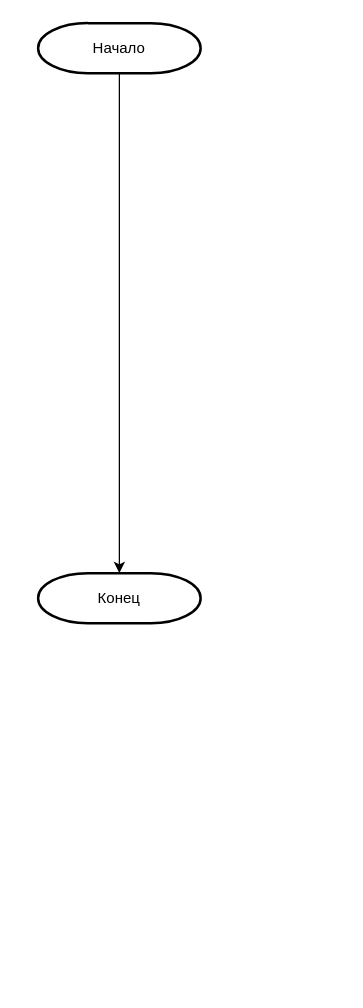
This is Algorithm_OPZ/(3. ЧР) Алгоритм Генерация регламентов.drawio from SmirnovBogdan8/Diplom, a draw.io file, before an edit. Source tidied: cells renumbered, new cells numbered last; positions are measured from the earlier drawing's top-left corner, leaving out a move shared by most shapes. Both pictures are drawn from the tidied source at 125%, with x=0, y=0 at pixel (38, 22).
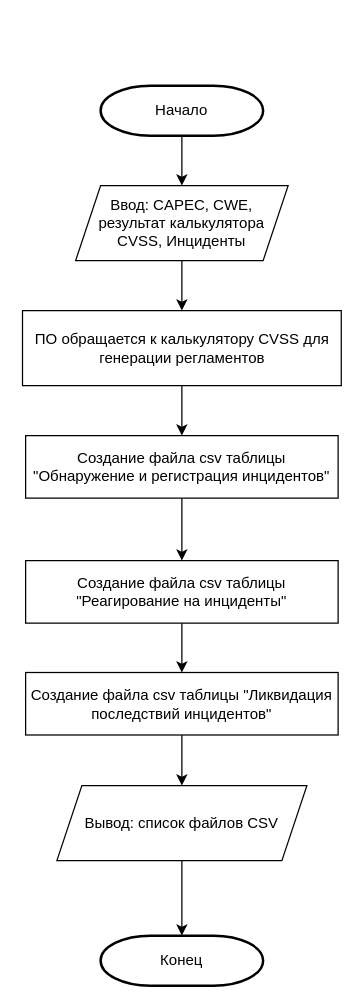
After the change.

Diff of the diagram source:
```diff
@@
 <mxGraphModel>
   <root>
     <mxCell id="0" />
     <mxCell id="1" parent="0" />
-    <mxCell id="2" style="edgeStyle=orthogonalEdgeStyle;rounded=0;jettySize=auto;html=1;exitX=0.5;exitY=1;exitDx=0;exitDy=0;exitPerimeter=0;" parent="1" edge="1" source="3" target="4">
-      <mxGeometry relative="1" as="geometry" />
-    </mxCell>
+    <mxCell id="5" style="edgeStyle=orthogonalEdgeStyle;rounded=0;jettySize=auto;html=1;" parent="1" edge="1" source="3" target="7">
+      <mxGeometry relative="1" as="geometry" />
+    </mxCell>
     <mxCell id="3" value="Начало" style="strokeWidth=2;html=1;shape=mxgraph.flowchart.terminator;whiteSpace=wrap;" parent="1" vertex="1">
-      <mxGeometry width="130" height="40" as="geometry" />
+      <mxGeometry x="50" y="50" width="130" height="40" as="geometry" />
     </mxCell>
     <mxCell id="4" value="Конец" style="strokeWidth=2;html=1;shape=mxgraph.flowchart.terminator;whiteSpace=wrap;" parent="1" vertex="1">
-      <mxGeometry y="440" width="130" height="40" as="geometry" />
+      <mxGeometry x="50" y="730" width="130" height="40" as="geometry" />
     </mxCell>
+    <mxCell id="6" style="edgeStyle=orthogonalEdgeStyle;rounded=0;jettySize=auto;html=1;" parent="1" edge="1" source="7" target="9">
+      <mxGeometry relative="1" as="geometry" />
+    </mxCell>
+    <mxCell id="7" value="Ввод: CAPEC, CWE, результат калькулятора CVSS, Инциденты" style="shape=parallelogram;perimeter=parallelogramPerimeter;whiteSpace=wrap;html=1;fixedSize=1;" parent="1" vertex="1">
+      <mxGeometry x="30" y="130" width="170" height="60" as="geometry" />
+    </mxCell>
+    <mxCell id="8" style="edgeStyle=orthogonalEdgeStyle;rounded=0;jettySize=auto;html=1;" parent="1" edge="1" source="9" target="11">
+      <mxGeometry relative="1" as="geometry" />
+    </mxCell>
+    <mxCell id="9" value="ПО обращается к калькулятору CVSS для генерации регламентов" style="rounded=0;whiteSpace=wrap;html=1;" parent="1" vertex="1">
+      <mxGeometry x="-12.5" y="230" width="255" height="60" as="geometry" />
+    </mxCell>
+    <mxCell id="10" style="edgeStyle=orthogonalEdgeStyle;rounded=0;jettySize=auto;html=1;" parent="1" edge="1" source="11" target="15">
+      <mxGeometry relative="1" as="geometry" />
+    </mxCell>
+    <mxCell id="11" value="Создание файла csv таблицы &quot;Обнаружение и регистрация инцидентов&quot;" style="rounded=0;whiteSpace=wrap;html=1;" parent="1" vertex="1">
+      <mxGeometry x="-10" y="330" width="250" height="50" as="geometry" />
+    </mxCell>
+    <mxCell id="12" style="edgeStyle=orthogonalEdgeStyle;rounded=0;jettySize=auto;html=1;" parent="1" edge="1" source="13" target="4">
+      <mxGeometry relative="1" as="geometry" />
+    </mxCell>
+    <mxCell id="13" value="Вывод: список файлов CSV" style="shape=parallelogram;perimeter=parallelogramPerimeter;whiteSpace=wrap;html=1;fixedSize=1;" parent="1" vertex="1">
+      <mxGeometry x="15" y="610" width="200" height="60" as="geometry" />
+    </mxCell>
+    <mxCell id="14" style="edgeStyle=orthogonalEdgeStyle;rounded=0;jettySize=auto;html=1;" parent="1" edge="1" source="15" target="17">
+      <mxGeometry relative="1" as="geometry" />
+    </mxCell>
+    <mxCell id="15" value="Создание файла csv таблицы &quot;Реагирование на инциденты&quot;" style="rounded=0;whiteSpace=wrap;html=1;" parent="1" vertex="1">
+      <mxGeometry x="-10" y="430" width="250" height="50" as="geometry" />
+    </mxCell>
+    <mxCell id="16" style="edgeStyle=orthogonalEdgeStyle;rounded=0;jettySize=auto;html=1;" parent="1" edge="1" source="17" target="13">
+      <mxGeometry relative="1" as="geometry" />
+    </mxCell>
+    <mxCell id="17" value="Создание файла csv таблицы &quot;Ликвидация последствий инцидентов&quot;" style="rounded=0;whiteSpace=wrap;html=1;" parent="1" vertex="1">
+      <mxGeometry x="-10" y="519.5" width="250" height="50" as="geometry" />
+    </mxCell>
   </root>
 </mxGraphModel>
```
